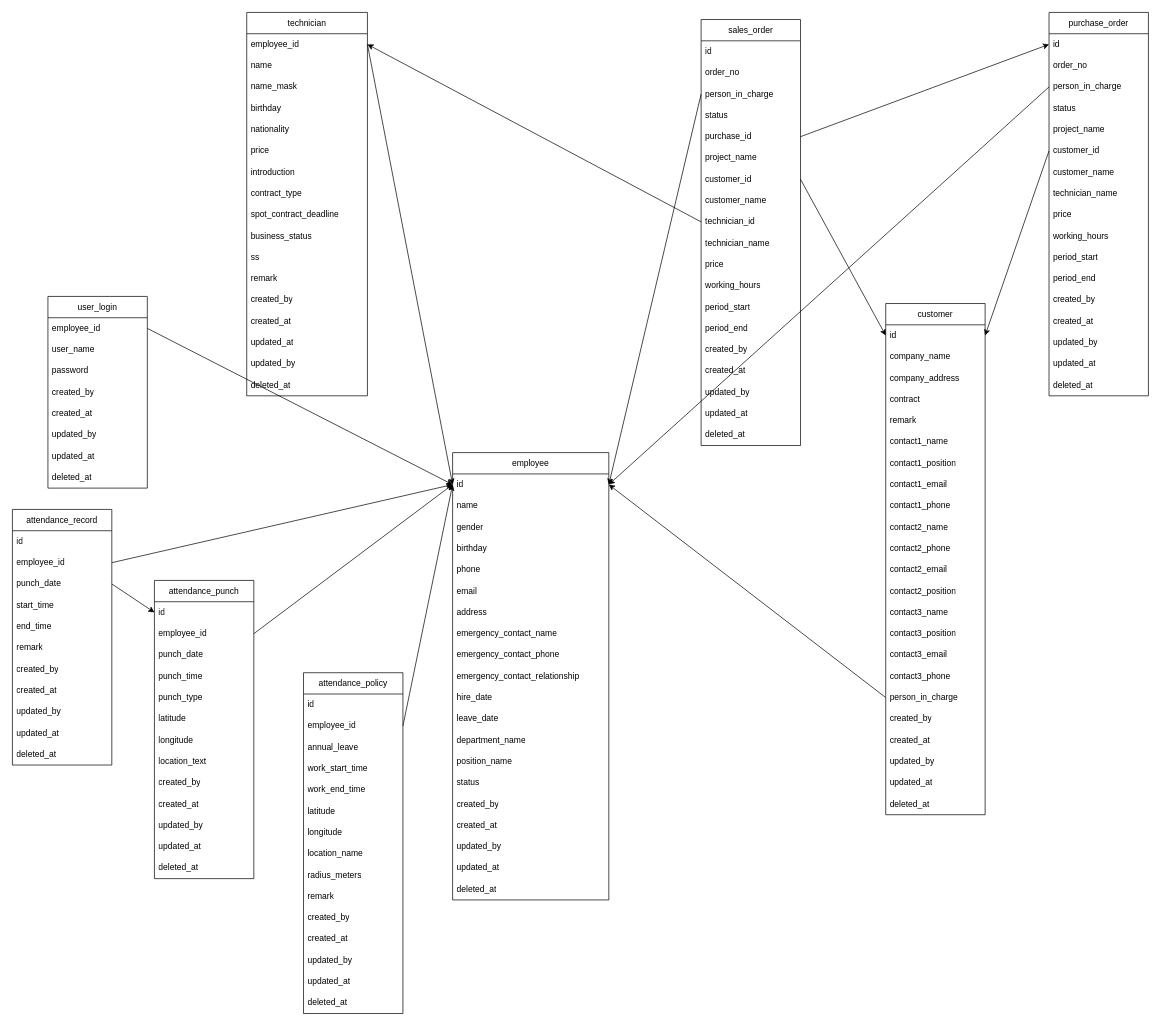
The draw.io diagram ER.drawio in s1991721/MatchSys, before the edit. Source tidied: cells renumbered, new cells numbered last; positions are measured from the earlier drawing's top-left corner, leaving out a move shared by most shapes. Both pictures are drawn from the tidied source at 71%, with x=0, y=0 at pixel (12, 12).
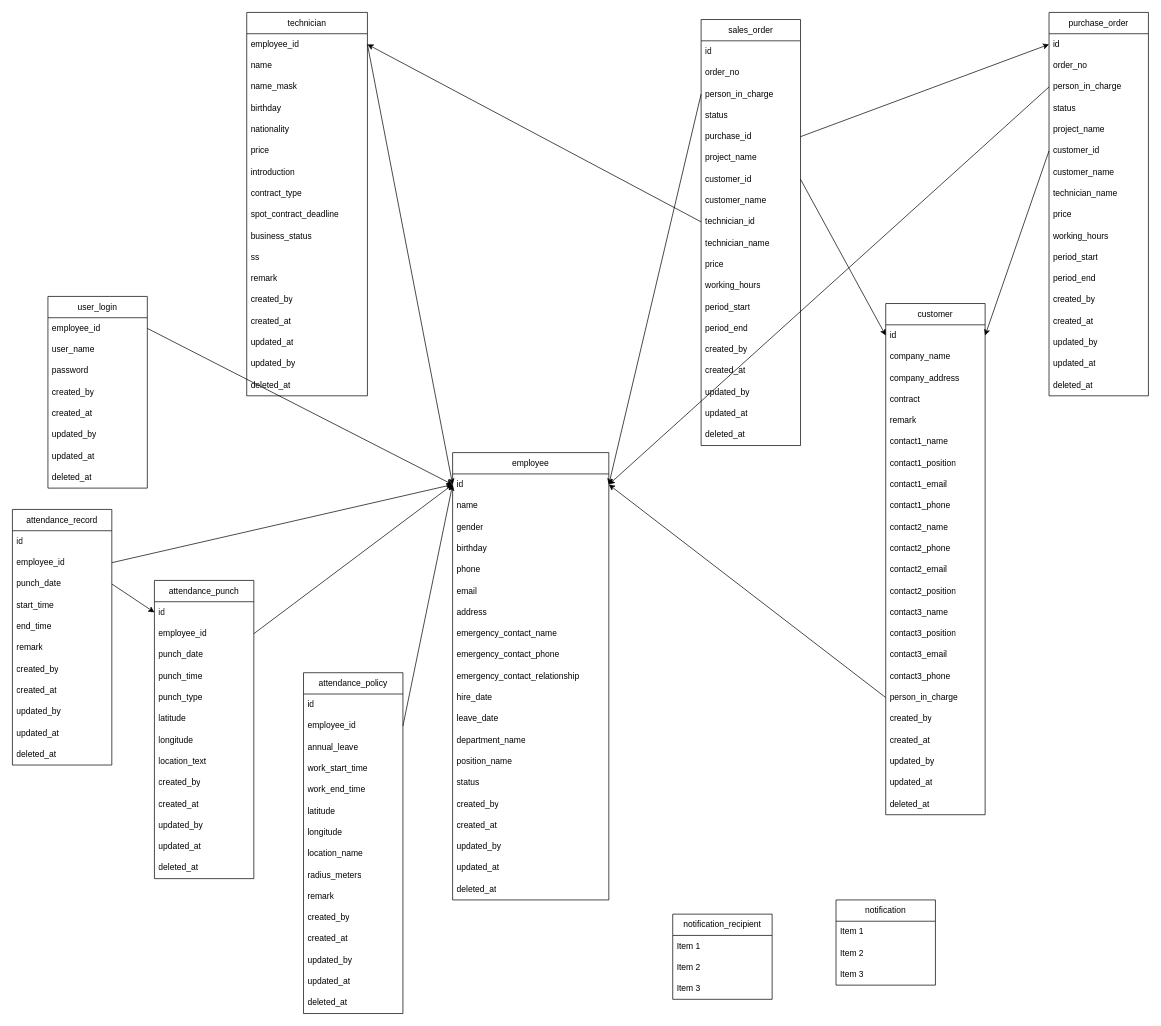
After the change.

The edit, as a diff of the source:
```diff
@@
+    <mxCell id="167" value="notification" style="swimlane;fontStyle=0;horizontal=1;startSize=30;whiteSpace=wrap;html=1;" parent="1" vertex="1">
+      <mxGeometry x="1160" y="1250" width="140" height="120" as="geometry" />
+    </mxCell>
+    <mxCell id="168" value="Item 1" style="text;strokeColor=none;fillColor=none;align=left;verticalAlign=middle;spacingLeft=4;spacingRight=4;overflow=hidden;whiteSpace=wrap;html=1;" parent="167" vertex="1">
+      <mxGeometry y="30" width="140" height="30" as="geometry" />
+    </mxCell>
+    <mxCell id="169" value="Item 2" style="text;strokeColor=none;fillColor=none;align=left;verticalAlign=middle;spacingLeft=4;spacingRight=4;overflow=hidden;whiteSpace=wrap;html=1;" parent="167" vertex="1">
+      <mxGeometry y="60" width="140" height="30" as="geometry" />
+    </mxCell>
+    <mxCell id="170" value="Item 3" style="text;strokeColor=none;fillColor=none;align=left;verticalAlign=middle;spacingLeft=4;spacingRight=4;overflow=hidden;whiteSpace=wrap;html=1;" parent="167" vertex="1">
+      <mxGeometry y="90" width="140" height="30" as="geometry" />
+    </mxCell>
+    <mxCell id="171" value="notification_recipient" style="swimlane;fontStyle=0;horizontal=1;startSize=30;whiteSpace=wrap;html=1;" parent="1" vertex="1">
+      <mxGeometry x="930" y="1270" width="140" height="120" as="geometry" />
+    </mxCell>
+    <mxCell id="172" value="Item 1" style="text;strokeColor=none;fillColor=none;align=left;verticalAlign=middle;spacingLeft=4;spacingRight=4;overflow=hidden;whiteSpace=wrap;html=1;" parent="171" vertex="1">
+      <mxGeometry y="30" width="140" height="30" as="geometry" />
+    </mxCell>
+    <mxCell id="173" value="Item 2" style="text;strokeColor=none;fillColor=none;align=left;verticalAlign=middle;spacingLeft=4;spacingRight=4;overflow=hidden;whiteSpace=wrap;html=1;" parent="171" vertex="1">
+      <mxGeometry y="60" width="140" height="30" as="geometry" />
+    </mxCell>
+    <mxCell id="174" value="Item 3" style="text;strokeColor=none;fillColor=none;align=left;verticalAlign=middle;spacingLeft=4;spacingRight=4;overflow=hidden;whiteSpace=wrap;html=1;" parent="171" vertex="1">
+      <mxGeometry y="90" width="140" height="30" as="geometry" />
+    </mxCell>
```
